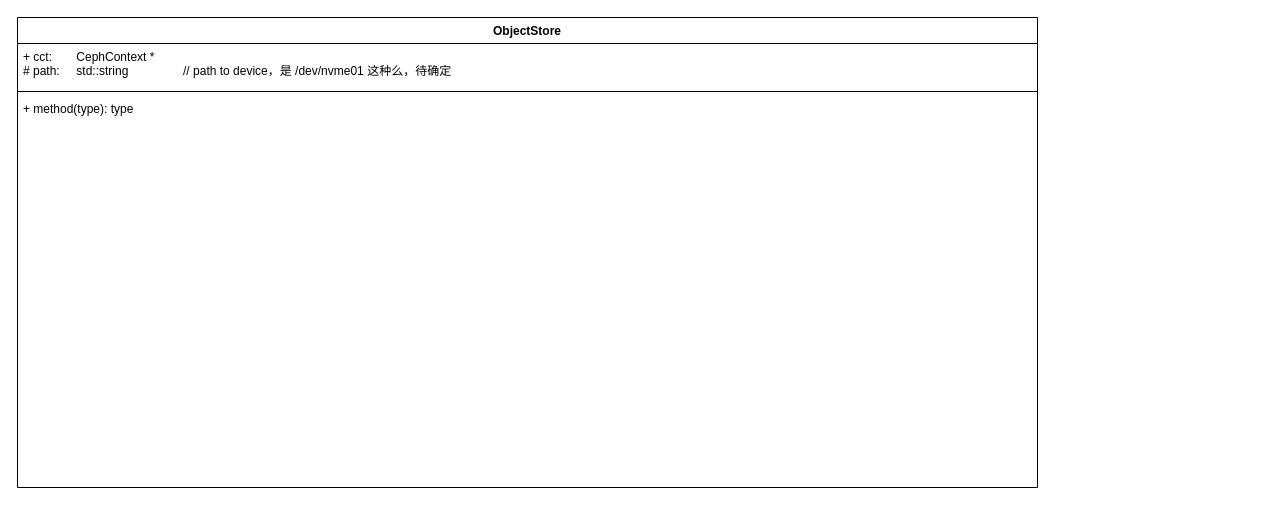
The draw.io diagram ObjectStore.drawio in 1253757553/drawIO, before the edit. Source tidied: cells renumbered, new cells numbered last; positions are measured from the earlier drawing's top-left corner, leaving out a move shared by most shapes. Both pictures are drawn from the tidied source at 100%, with x=0, y=0 at pixel (17, 17).
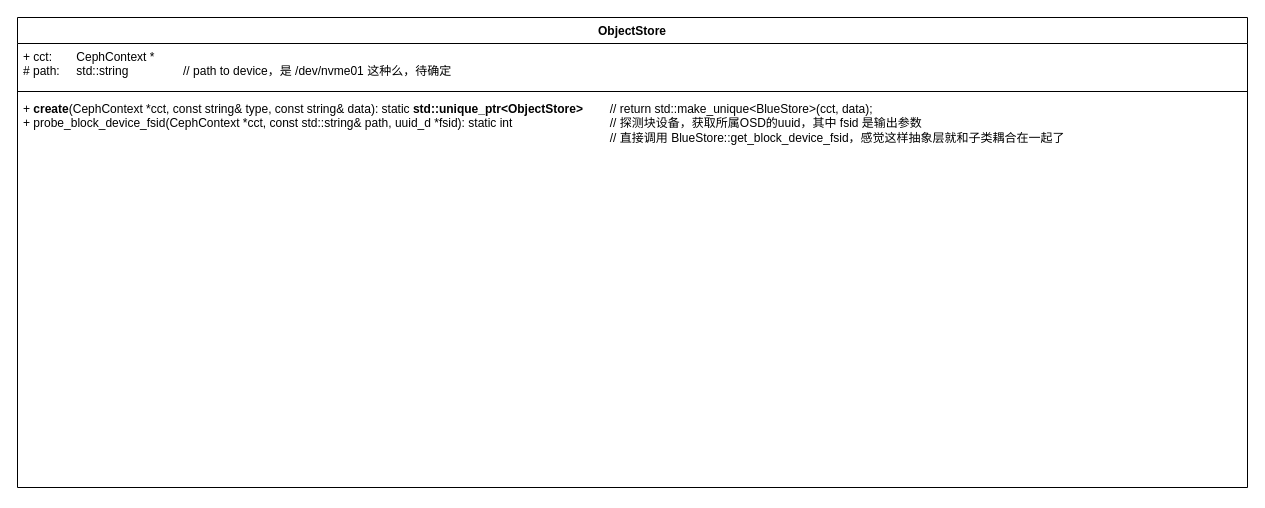
Above is the later version.

Diff of the diagram source:
```diff
@@
 <mxGraphModel>
   <root>
     <mxCell id="0" />
     <mxCell id="1" parent="0" />
     <mxCell id="2" value="ObjectStore" style="swimlane;fontStyle=1;align=center;verticalAlign=top;horizontal=1;startSize=26;whiteSpace=wrap;html=1;" parent="1" vertex="1">
-      <mxGeometry width="1020" height="470" as="geometry" />
+      <mxGeometry width="1230" height="470" as="geometry" />
     </mxCell>
     <mxCell id="3" value="+ cct:&lt;span style=&quot;white-space: pre;&quot;&gt;&#9;&lt;/span&gt;CephContext *&lt;div&gt;#&amp;nbsp;path: &lt;span style=&quot;white-space: pre;&quot;&gt;&#9;&lt;/span&gt;std::string&lt;span style=&quot;white-space: pre;&quot;&gt;&#9;&lt;/span&gt;&lt;span style=&quot;white-space: pre;&quot;&gt;&#9;&lt;/span&gt;//&amp;nbsp;path to device，是 /dev/nvme01 这种么，待确定&lt;/div&gt;" style="text;strokeColor=none;fillColor=none;align=left;verticalAlign=top;spacingLeft=4;spacingRight=4;overflow=hidden;whiteSpace=wrap;html=1;" parent="2" vertex="1">
-      <mxGeometry y="26" width="1020" height="44" as="geometry" />
+      <mxGeometry y="26" width="1230" height="44" as="geometry" />
     </mxCell>
     <mxCell id="4" style="line;strokeWidth=1;fillColor=none;align=left;verticalAlign=middle;spacingTop=-1;spacingLeft=3;spacingRight=3;labelPosition=right;strokeColor=inherit;" parent="2" vertex="1">
-      <mxGeometry y="70" width="1020" height="8" as="geometry" />
+      <mxGeometry y="70" width="1230" height="8" as="geometry" />
     </mxCell>
-    <mxCell id="5" value="+ method(type): type" style="text;strokeColor=none;fillColor=none;align=left;verticalAlign=top;spacingLeft=4;spacingRight=4;overflow=hidden;whiteSpace=wrap;html=1;" parent="2" vertex="1">
-      <mxGeometry y="78" width="1020" height="392" as="geometry" />
+    <mxCell id="5" value="+ &lt;b&gt;create&lt;/b&gt;(&lt;span style=&quot;background-color: initial;&quot;&gt;CephContext *cct,&amp;nbsp;&lt;/span&gt;&lt;span style=&quot;background-color: initial;&quot;&gt;const string&amp;amp; type,&amp;nbsp;&lt;/span&gt;&lt;span style=&quot;background-color: initial;&quot;&gt;const string&amp;amp; data&lt;/span&gt;): static&amp;nbsp;&lt;b&gt;std::unique_ptr&amp;lt;ObjectStore&amp;gt;&lt;/b&gt;&lt;span style=&quot;white-space: pre;&quot;&gt;&#9;&lt;/span&gt;//&amp;nbsp;return std::make_unique&amp;lt;BlueStore&amp;gt;(cct, data);&lt;div&gt;+&amp;nbsp;&lt;span style=&quot;background-color: initial;&quot;&gt;probe_block_device_fsid(&lt;/span&gt;&lt;span style=&quot;background-color: initial;&quot;&gt;CephContext *cct,&amp;nbsp;&lt;/span&gt;&lt;span style=&quot;background-color: initial;&quot;&gt;const std::string&amp;amp; path,&amp;nbsp;&lt;/span&gt;&lt;span style=&quot;background-color: initial;&quot;&gt;uuid_d *fsid):&amp;nbsp;&lt;/span&gt;&lt;span style=&quot;background-color: initial;&quot;&gt;static int&lt;span style=&quot;white-space: pre;&quot;&gt;&#9;&lt;/span&gt;&lt;span style=&quot;white-space: pre;&quot;&gt;&#9;&lt;/span&gt;&lt;span style=&quot;white-space: pre;&quot;&gt;&#9;&lt;/span&gt;&lt;span style=&quot;white-space: pre;&quot;&gt;&#9;&lt;/span&gt;//&amp;nbsp;&lt;/span&gt;&lt;span style=&quot;background-color: initial;&quot;&gt;探测块设备，获取所属OSD的uuid，其中&amp;nbsp;&lt;/span&gt;&lt;span style=&quot;background-color: initial;&quot;&gt;fsid 是输出参数&lt;/span&gt;&lt;/div&gt;&lt;div&gt;&lt;span style=&quot;background-color: initial;&quot;&gt;&lt;span style=&quot;white-space: pre;&quot;&gt;&#9;&lt;/span&gt;&lt;span style=&quot;white-space: pre;&quot;&gt;&#9;&lt;/span&gt;&lt;span style=&quot;white-space: pre;&quot;&gt;&#9;&lt;/span&gt;&lt;span style=&quot;white-space: pre;&quot;&gt;&#9;&lt;/span&gt;&lt;span style=&quot;white-space: pre;&quot;&gt;&#9;&lt;/span&gt;&lt;span style=&quot;white-space: pre;&quot;&gt;&#9;&lt;/span&gt;&lt;span style=&quot;white-space: pre;&quot;&gt;&#9;&lt;/span&gt;&lt;span style=&quot;white-space: pre;&quot;&gt;&#9;&lt;/span&gt;&lt;span style=&quot;white-space: pre;&quot;&gt;&#9;&lt;/span&gt;&lt;span style=&quot;white-space: pre;&quot;&gt;&#9;&lt;/span&gt;&lt;span style=&quot;white-space: pre;&quot;&gt;&#9;&lt;/span&gt;&lt;span style=&quot;white-space: pre;&quot;&gt;&#9;&lt;/span&gt;&lt;span style=&quot;white-space: pre;&quot;&gt;&#9;&lt;/span&gt;&lt;span style=&quot;white-space: pre;&quot;&gt;&#9;&lt;/span&gt;&lt;span style=&quot;white-space: pre;&quot;&gt;&#9;&lt;/span&gt;&lt;span style=&quot;white-space: pre;&quot;&gt;&#9;&lt;/span&gt;&lt;span style=&quot;white-space: pre;&quot;&gt;&#9;&lt;/span&gt;&lt;span style=&quot;white-space: pre;&quot;&gt;&#9;&lt;/span&gt;&lt;span style=&quot;white-space: pre;&quot;&gt;&#9;&lt;/span&gt;&lt;span style=&quot;white-space: pre;&quot;&gt;&#9;&lt;/span&gt;&lt;span style=&quot;white-space: pre;&quot;&gt;&#9;&lt;/span&gt;&lt;span style=&quot;white-space: pre;&quot;&gt;&#9;&lt;/span&gt;// 直接调用&amp;nbsp;&lt;/span&gt;&lt;span style=&quot;background-color: initial;&quot;&gt;BlueStore::get_block_device_fsid，感觉这样抽象层就和子类耦合在一起了&lt;/span&gt;&lt;span style=&quot;background-color: initial;&quot;&gt;&lt;br&gt;&lt;/span&gt;&lt;/div&gt;" style="text;strokeColor=none;fillColor=none;align=left;verticalAlign=top;spacingLeft=4;spacingRight=4;overflow=hidden;whiteSpace=wrap;html=1;" parent="2" vertex="1">
+      <mxGeometry y="78" width="1230" height="392" as="geometry" />
     </mxCell>
   </root>
 </mxGraphModel>
```
